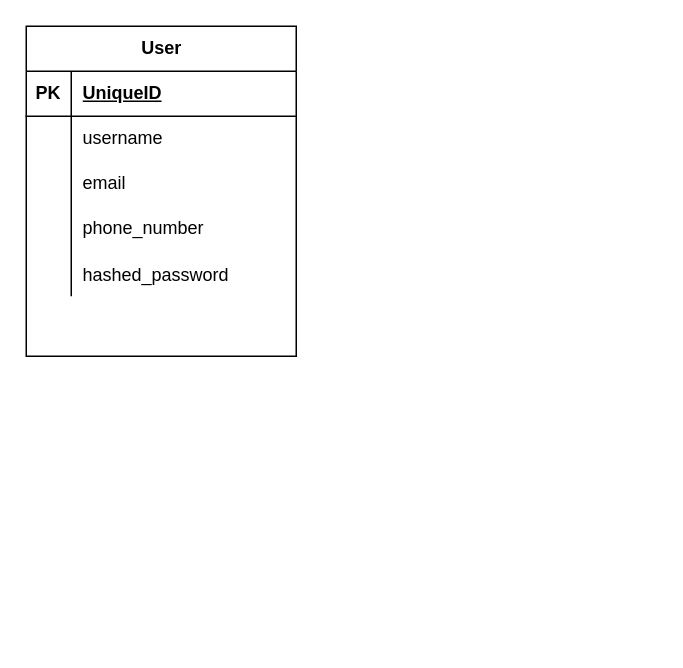
The draw.io diagram digram/Untitled Diagram.drawio in HanZawNyein/agga-chat-fastAPI, before the edit. Source tidied: cells renumbered, new cells numbered last; positions are measured from the earlier drawing's top-left corner, leaving out a move shared by most shapes. Both pictures are drawn from the tidied source at 150%, with x=0, y=0 at pixel (26, 26).
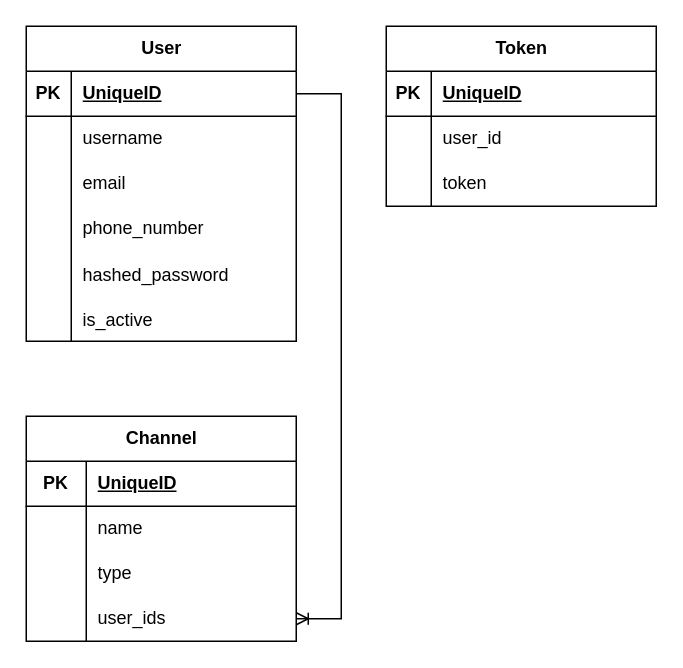
After the change.

The change refers to these unchanged cells:
```xml
<mxCell id="3" style="shape=tableRow;horizontal=0;startSize=0;swimlaneHead=0;swimlaneBody=0;fillColor=none;points=[[0,0.5],[1,0.5]];portConstraint=eastwest;top=0;left=0;right=0;bottom=1;" parent="2" vertex="1">
  <mxGeometry y="30" width="180" height="30" as="geometry" />
</mxCell>
```

The edit, as a diff of the source:
```diff
@@
     <mxCell id="2" value="User" style="shape=table;startSize=30;childLayout=tableLayout;rowLines=0;fontStyle=1;align=center;html=1;" parent="1" vertex="1">
-      <mxGeometry width="180" height="220" as="geometry" />
+      <mxGeometry width="180" height="210" as="geometry" />
     </mxCell>
@@
+    <mxCell id="18" style="shape=tableRow;horizontal=0;startSize=0;swimlaneHead=0;swimlaneBody=0;fillColor=none;top=0;left=0;right=0;bottom=0;" parent="2" vertex="1">
+      <mxGeometry y="180" width="180" height="30" as="geometry" />
+    </mxCell>
+    <mxCell id="19" style="shape=partialRectangle;fillColor=none;top=0;left=0;bottom=0;right=0;overflow=hidden;" parent="18" vertex="1">
+      <mxGeometry width="30" height="30" as="geometry" />
+    </mxCell>
+    <mxCell id="20" value="is_active" style="shape=partialRectangle;fillColor=none;top=0;left=0;bottom=0;right=0;align=left;spacingLeft=6;overflow=hidden;" parent="18" vertex="1">
+      <mxGeometry x="30" width="150" height="30" as="geometry" />
+    </mxCell>
+    <mxCell id="21" value="Token" style="shape=table;startSize=30;childLayout=tableLayout;rowLines=0;fontStyle=1;align=center;html=1;" parent="1" vertex="1">
+      <mxGeometry x="240" width="180" height="120" as="geometry" />
+    </mxCell>
+    <mxCell id="22" style="shape=tableRow;horizontal=0;startSize=0;swimlaneHead=0;swimlaneBody=0;fillColor=none;top=0;left=0;right=0;bottom=1;" parent="21" vertex="1">
+      <mxGeometry y="30" width="180" height="30" as="geometry" />
+    </mxCell>
+    <mxCell id="23" value="PK" style="shape=partialRectangle;fillColor=none;top=0;left=0;bottom=0;right=0;fontStyle=1;overflow=hidden;whiteSpace=wrap;html=1;" parent="22" vertex="1">
+      <mxGeometry width="30" height="30" as="geometry" />
+    </mxCell>
+    <mxCell id="24" value="UniqueID" style="shape=partialRectangle;fillColor=none;top=0;left=0;bottom=0;right=0;align=left;spacingLeft=6;fontStyle=5;overflow=hidden;whiteSpace=wrap;html=1;" parent="22" vertex="1">
+      <mxGeometry x="30" width="150" height="30" as="geometry" />
+    </mxCell>
+    <mxCell id="25" style="shape=tableRow;horizontal=0;startSize=0;swimlaneHead=0;swimlaneBody=0;fillColor=none;top=0;left=0;right=0;bottom=0;" parent="21" vertex="1">
+      <mxGeometry y="60" width="180" height="30" as="geometry" />
+    </mxCell>
+    <mxCell id="26" style="shape=partialRectangle;fillColor=none;top=0;left=0;bottom=0;right=0;overflow=hidden;whiteSpace=wrap;html=1;" parent="25" vertex="1">
+      <mxGeometry width="30" height="30" as="geometry" />
+    </mxCell>
+    <mxCell id="27" value="user_id" style="shape=partialRectangle;fillColor=none;top=0;left=0;bottom=0;right=0;align=left;spacingLeft=6;overflow=hidden;whiteSpace=wrap;html=1;" parent="25" vertex="1">
+      <mxGeometry x="30" width="150" height="30" as="geometry" />
+    </mxCell>
+    <mxCell id="28" style="shape=tableRow;horizontal=0;startSize=0;swimlaneHead=0;swimlaneBody=0;fillColor=none;top=0;left=0;right=0;bottom=0;" parent="21" vertex="1">
+      <mxGeometry y="90" width="180" height="30" as="geometry" />
+    </mxCell>
+    <mxCell id="29" style="shape=partialRectangle;fillColor=none;top=0;left=0;bottom=0;right=0;overflow=hidden;whiteSpace=wrap;html=1;" parent="28" vertex="1">
+      <mxGeometry width="30" height="30" as="geometry" />
+    </mxCell>
+    <mxCell id="30" value="token" style="shape=partialRectangle;fillColor=none;top=0;left=0;bottom=0;right=0;align=left;spacingLeft=6;overflow=hidden;whiteSpace=wrap;html=1;" parent="28" vertex="1">
+      <mxGeometry x="30" width="150" height="30" as="geometry" />
+    </mxCell>
+    <mxCell id="31" value="Channel" style="shape=table;startSize=30;childLayout=tableLayout;rowLines=0;fontStyle=1;align=center;html=1;" parent="1" vertex="1">
+      <mxGeometry y="260" width="180" height="150" as="geometry" />
+    </mxCell>
+    <mxCell id="32" style="shape=tableRow;horizontal=0;startSize=0;swimlaneHead=0;swimlaneBody=0;fillColor=none;top=0;left=0;right=0;bottom=1;" parent="31" vertex="1">
+      <mxGeometry y="30" width="180" height="30" as="geometry" />
+    </mxCell>
+    <mxCell id="33" value="PK" style="shape=partialRectangle;fillColor=none;top=0;left=0;bottom=0;right=0;fontStyle=1;overflow=hidden;whiteSpace=wrap;html=1;" parent="32" vertex="1">
+      <mxGeometry width="40" height="30" as="geometry" />
+    </mxCell>
+    <mxCell id="34" value="UniqueID" style="shape=partialRectangle;fillColor=none;top=0;left=0;bottom=0;right=0;align=left;spacingLeft=6;fontStyle=5;overflow=hidden;whiteSpace=wrap;html=1;" parent="32" vertex="1">
+      <mxGeometry x="40" width="140" height="30" as="geometry" />
+    </mxCell>
+    <mxCell id="35" style="shape=tableRow;horizontal=0;startSize=0;swimlaneHead=0;swimlaneBody=0;fillColor=none;top=0;left=0;right=0;bottom=0;" parent="31" vertex="1">
+      <mxGeometry y="60" width="180" height="30" as="geometry" />
+    </mxCell>
+    <mxCell id="36" style="shape=partialRectangle;fillColor=none;top=0;left=0;bottom=0;right=0;overflow=hidden;whiteSpace=wrap;html=1;" parent="35" vertex="1">
+      <mxGeometry width="40" height="30" as="geometry" />
+    </mxCell>
+    <mxCell id="37" value="name" style="shape=partialRectangle;fillColor=none;top=0;left=0;bottom=0;right=0;align=left;spacingLeft=6;overflow=hidden;whiteSpace=wrap;html=1;" parent="35" vertex="1">
+      <mxGeometry x="40" width="140" height="30" as="geometry" />
+    </mxCell>
+    <mxCell id="38" style="shape=tableRow;horizontal=0;startSize=0;swimlaneHead=0;swimlaneBody=0;fillColor=none;top=0;left=0;right=0;bottom=0;" parent="31" vertex="1">
+      <mxGeometry y="90" width="180" height="30" as="geometry" />
+    </mxCell>
+    <mxCell id="39" style="shape=partialRectangle;fillColor=none;top=0;left=0;bottom=0;right=0;overflow=hidden;whiteSpace=wrap;html=1;" parent="38" vertex="1">
+      <mxGeometry width="40" height="30" as="geometry" />
+    </mxCell>
+    <mxCell id="40" value="type" style="shape=partialRectangle;fillColor=none;top=0;left=0;bottom=0;right=0;align=left;spacingLeft=6;overflow=hidden;whiteSpace=wrap;html=1;" parent="38" vertex="1">
+      <mxGeometry x="40" width="140" height="30" as="geometry" />
+    </mxCell>
+    <mxCell id="41" style="shape=tableRow;horizontal=0;startSize=0;swimlaneHead=0;swimlaneBody=0;fillColor=none;points=[[0,0.5],[1,0.5]];portConstraint=eastwest;top=0;left=0;right=0;bottom=0;" parent="31" vertex="1">
+      <mxGeometry y="120" width="180" height="30" as="geometry" />
+    </mxCell>
+    <mxCell id="42" style="shape=partialRectangle;fillColor=none;top=0;left=0;bottom=0;right=0;overflow=hidden;whiteSpace=wrap;html=1;" parent="41" vertex="1">
+      <mxGeometry width="40" height="30" as="geometry" />
+    </mxCell>
+    <mxCell id="43" value="user_ids" style="shape=partialRectangle;fillColor=none;top=0;left=0;bottom=0;right=0;align=left;spacingLeft=6;overflow=hidden;whiteSpace=wrap;html=1;" parent="41" vertex="1">
+      <mxGeometry x="40" width="140" height="30" as="geometry" />
+    </mxCell>
+    <mxCell id="44" style="edgeStyle=entityRelationEdgeStyle;fontSize=12;html=1;endArrow=ERoneToMany;rounded=0;" parent="1" edge="1" source="3" target="41">
+      <mxGeometry relative="1" as="geometry">
+        <Array as="points">
+          <mxPoint x="-20" y="90" />
+          <mxPoint x="-30" y="80" />
+          <mxPoint x="-10" y="110" />
+          <mxPoint x="-10" y="50" />
+          <mxPoint x="-20" y="90" />
+          <mxPoint x="-30" y="90" />
+        </Array>
+      </mxGeometry>
+    </mxCell>
```
